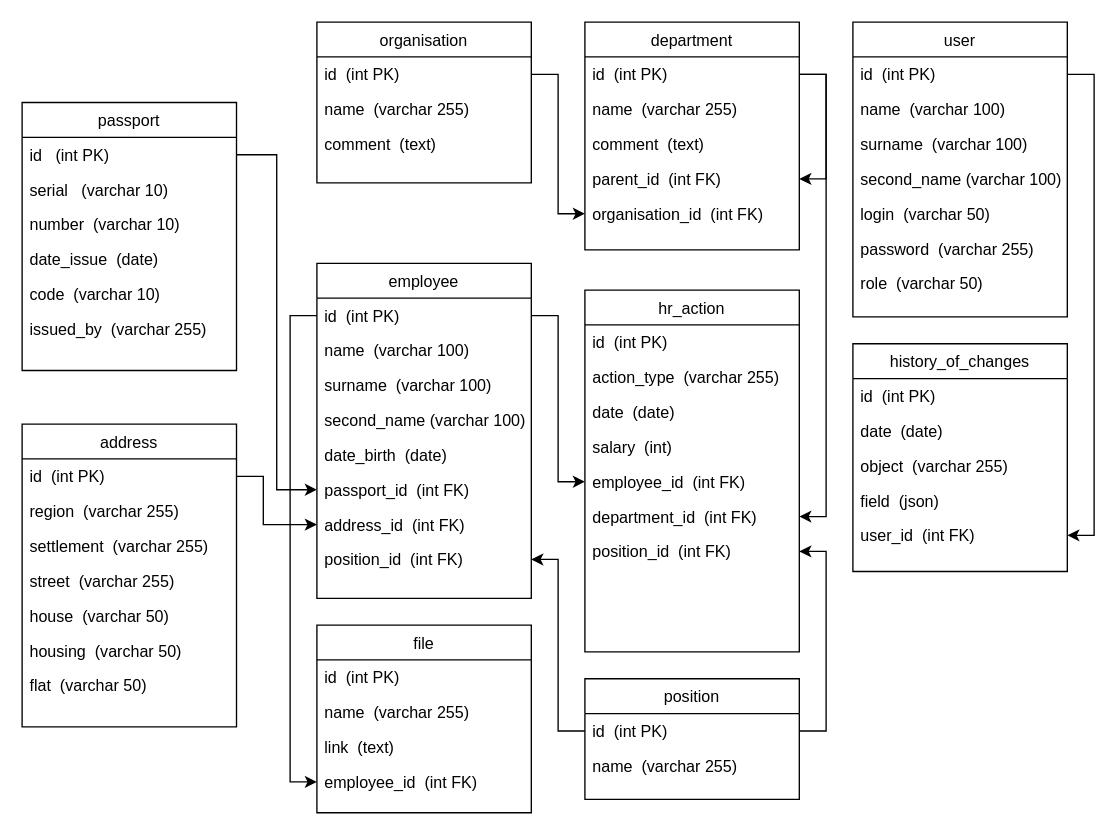
The draw.io diagram docs/DB_diagram.drawio in XenoPOMP/areal-hr-test-2024, before the edit. Source tidied: cells renumbered, new cells numbered last; positions are measured from the earlier drawing's top-left corner, leaving out a move shared by most shapes. Both pictures are drawn from the tidied source at 134%, with x=0, y=0 at pixel (21, 21).
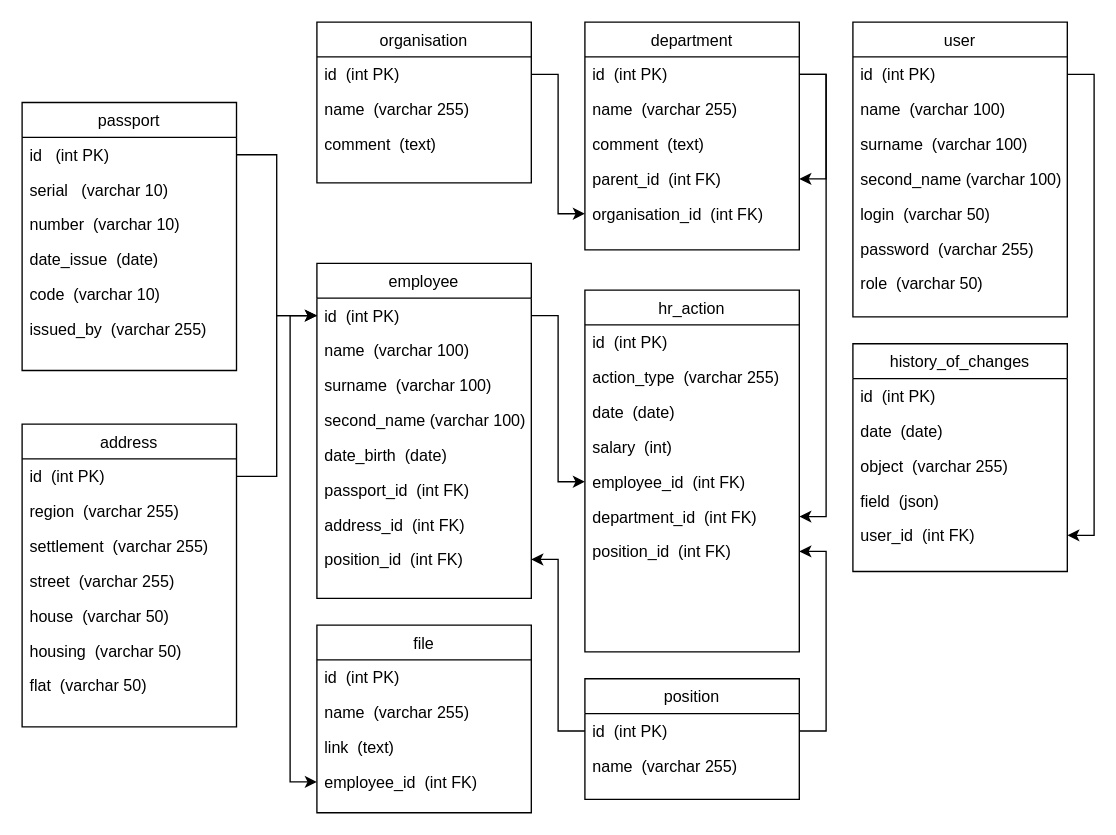
Above is the later version.

Unchanged cells that the change refers to:
```xml
<mxCell id="17" value="id  (int PK)" style="text;align=left;verticalAlign=top;spacingLeft=4;spacingRight=4;overflow=hidden;points=[[0,0.5],[1,0.5]];portConstraint=eastwest;" parent="16" vertex="1">
  <mxGeometry y="26" width="160" height="26" as="geometry" />
</mxCell>
<mxCell id="22" value="passport_id  (int FK)" style="text;align=left;verticalAlign=top;spacingLeft=4;spacingRight=4;overflow=hidden;points=[[0,0.5],[1,0.5]];portConstraint=eastwest;rounded=0;shadow=0;html=0;" parent="16" vertex="1">
  <mxGeometry y="156" width="160" height="26" as="geometry" />
</mxCell>
<mxCell id="23" value="address_id  (int FK)" style="text;align=left;verticalAlign=top;spacingLeft=4;spacingRight=4;overflow=hidden;points=[[0,0.5],[1,0.5]];portConstraint=eastwest;rounded=0;shadow=0;html=0;" parent="16" vertex="1">
  <mxGeometry y="182" width="160" height="26" as="geometry" />
</mxCell>
<mxCell id="39" value="id   (int PK)" style="text;align=left;verticalAlign=top;spacingLeft=4;spacingRight=4;overflow=hidden;points=[[0,0.5],[1,0.5]];portConstraint=eastwest;" parent="38" vertex="1">
  <mxGeometry y="26" width="160" height="26" as="geometry" />
</mxCell>
<mxCell id="46" value="id  (int PK)" style="text;align=left;verticalAlign=top;spacingLeft=4;spacingRight=4;overflow=hidden;points=[[0,0.5],[1,0.5]];portConstraint=eastwest;" parent="45" vertex="1">
  <mxGeometry y="26" width="160" height="26" as="geometry" />
</mxCell>
```

Diff of the diagram source:
```diff
@@
-    <mxCell id="53" style="edgeStyle=orthogonalEdgeStyle;rounded=0;jettySize=auto;html=1;exitX=1;exitY=0.5;exitDx=0;exitDy=0;entryX=0;entryY=0.5;entryDx=0;entryDy=0;" parent="1" edge="1" source="39" target="22">
-      <mxGeometry relative="1" as="geometry" />
-    </mxCell>
-    <mxCell id="54" style="edgeStyle=orthogonalEdgeStyle;rounded=0;jettySize=auto;html=1;exitX=1;exitY=0.5;exitDx=0;exitDy=0;entryX=0;entryY=0.5;entryDx=0;entryDy=0;" parent="1" edge="1" source="46" target="23">
-      <mxGeometry relative="1" as="geometry">
-        <Array as="points">
-          <mxPoint x="180" y="339" />
-          <mxPoint x="180" y="375" />
-        </Array>
-      </mxGeometry>
-    </mxCell>
@@
+    <mxCell id="76" style="edgeStyle=orthogonalEdgeStyle;rounded=0;jettySize=auto;html=1;exitX=1;exitY=0.5;exitDx=0;exitDy=0;entryX=0;entryY=0.5;entryDx=0;entryDy=0;" parent="1" edge="1" source="39" target="17">
+      <mxGeometry relative="1" as="geometry" />
+    </mxCell>
+    <mxCell id="77" style="edgeStyle=orthogonalEdgeStyle;rounded=0;jettySize=auto;html=1;exitX=1;exitY=0.5;exitDx=0;exitDy=0;entryX=0;entryY=0.5;entryDx=0;entryDy=0;" parent="1" edge="1" source="46" target="17">
+      <mxGeometry relative="1" as="geometry" />
+    </mxCell>
```
